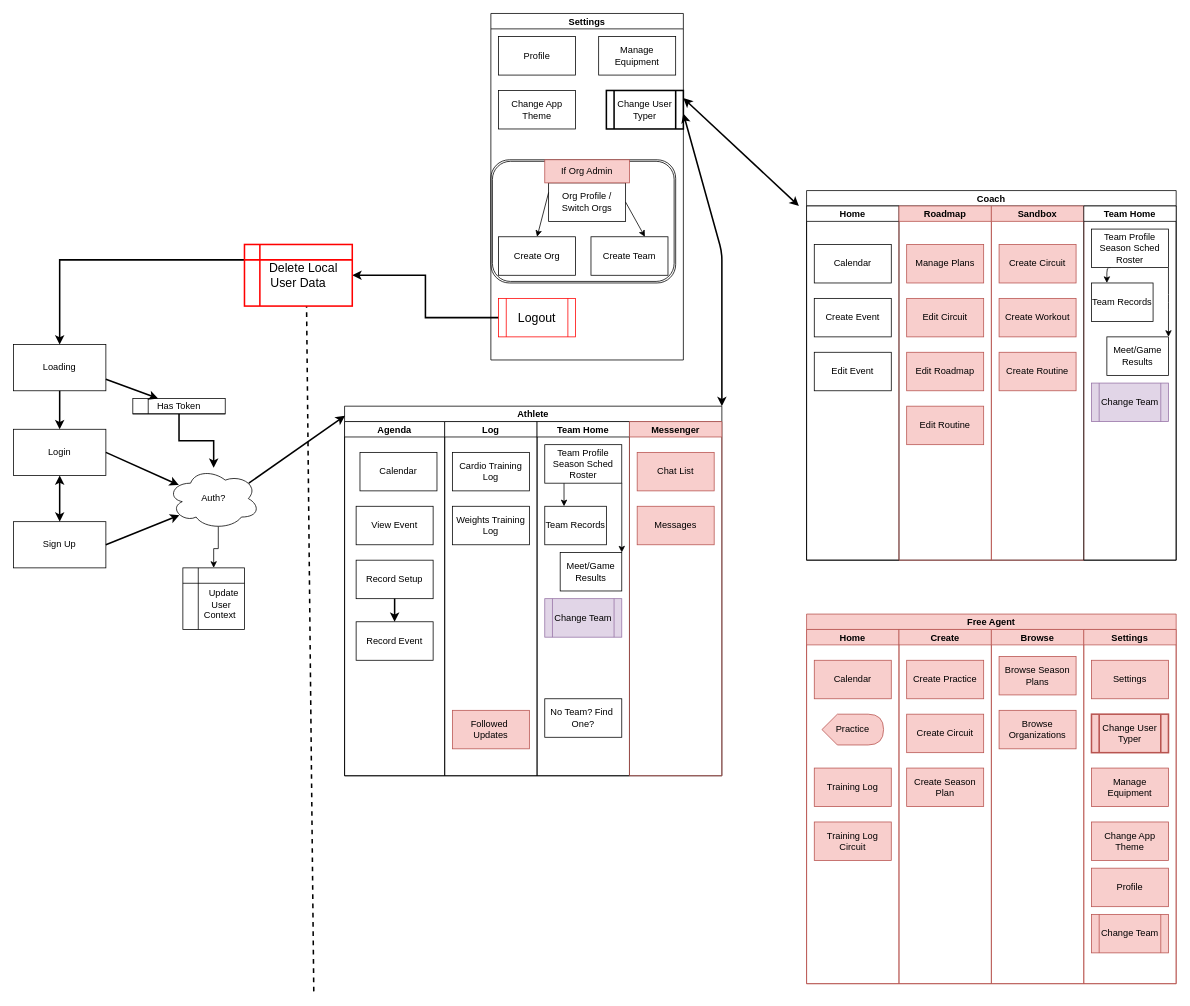
Above: BBSports.drawio in Henkemeyer/BBSports (draw.io), before the change. Source tidied: cells renumbered, new cells numbered last; positions are measured from the earlier drawing's top-left corner, leaving out a move shared by most shapes. Both pictures are drawn from the tidied source at 77%, with x=0, y=0 at pixel (13, 13).
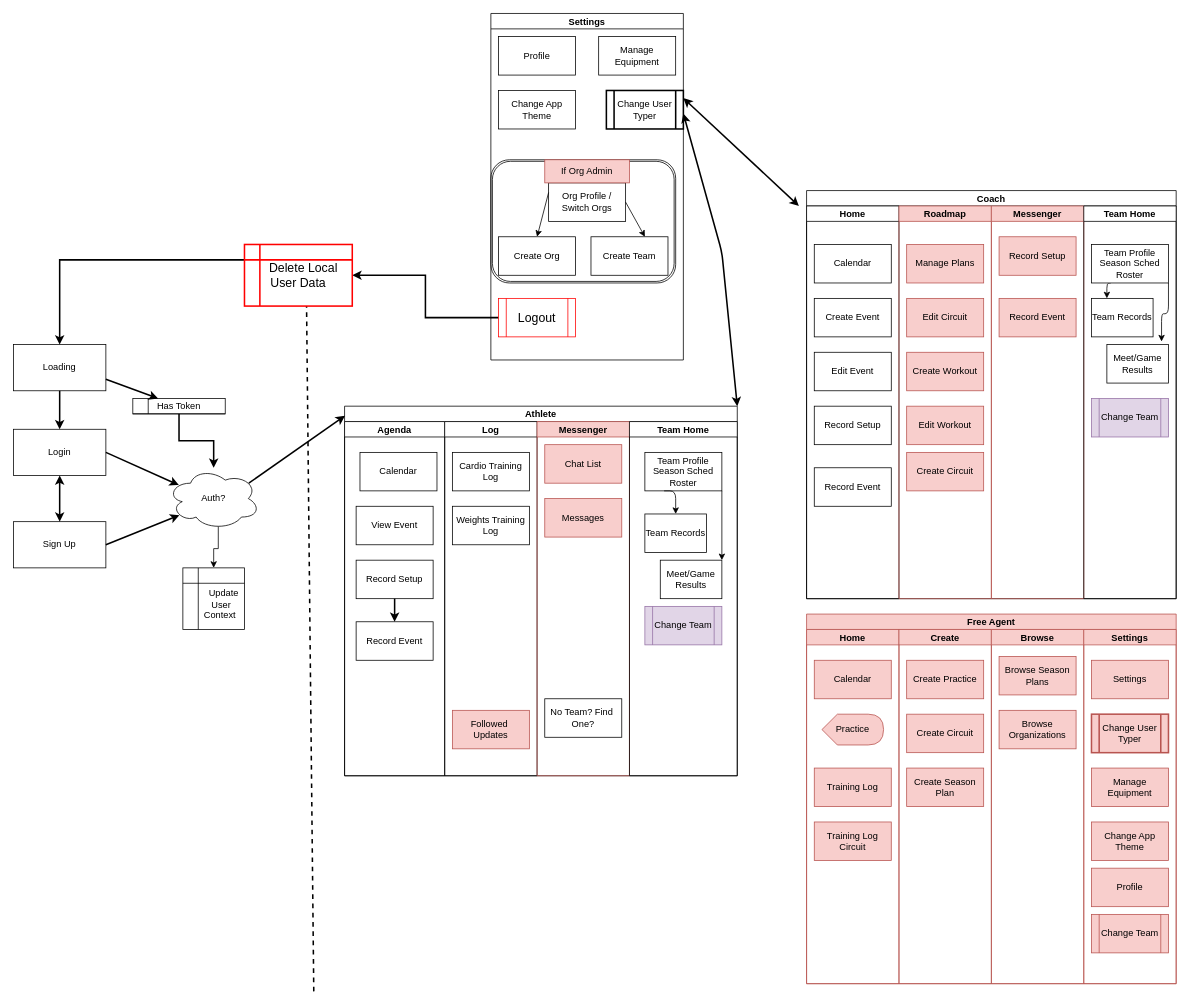
The same diagram, later.

The edit, as a diff of the source:
```diff
@@
     <mxCell id="2" value="Coach" style="swimlane;startSize=20;rounded=0;" parent="1" vertex="1">
-      <mxGeometry x="1030" y="230" width="480" height="480" as="geometry" />
+      <mxGeometry x="1030" y="230" width="480" height="530" as="geometry" />
     </mxCell>
     <mxCell id="3" value="Home" style="swimlane;startSize=20;rounded=0;" parent="2" vertex="1">
-      <mxGeometry y="20" width="120" height="460" as="geometry" />
+      <mxGeometry y="20" width="120" height="510" as="geometry" />
     </mxCell>
@@
+    <mxCell id="98" value="Record Setup" style="rounded=0;whiteSpace=wrap;html=1;" parent="3" vertex="1">
+      <mxGeometry x="10" y="260" width="100" height="50" as="geometry" />
+    </mxCell>
+    <mxCell id="99" value="Record Event" style="rounded=0;whiteSpace=wrap;html=1;fontFamily=Helvetica;fontSize=12;" parent="3" vertex="1">
+      <mxGeometry x="10" y="340" width="100" height="50" as="geometry" />
+    </mxCell>
     <mxCell id="7" value="Roadmap" style="swimlane;startSize=20;rounded=0;fillColor=#f8cecc;strokeColor=#b85450;" parent="2" vertex="1">
-      <mxGeometry x="120" y="20" width="120" height="460" as="geometry" />
+      <mxGeometry x="120" y="20" width="120" height="510" as="geometry" />
     </mxCell>
@@
-    <mxCell id="9" value="Edit Roadmap" style="rounded=0;whiteSpace=wrap;html=1;fillColor=#f8cecc;strokeColor=#b85450;" parent="7" vertex="1">
-      <mxGeometry x="10" y="190" width="100" height="50" as="geometry" />
-    </mxCell>
@@
-    <mxCell id="11" value="Edit Routine" style="rounded=0;whiteSpace=wrap;html=1;fillColor=#f8cecc;strokeColor=#b85450;" parent="7" vertex="1">
+    <mxCell id="11" value="Edit Workout" style="rounded=0;whiteSpace=wrap;html=1;fillColor=#f8cecc;strokeColor=#b85450;" parent="7" vertex="1">
       <mxGeometry x="10" y="260" width="100" height="50" as="geometry" />
     </mxCell>
+    <mxCell id="14" value="Create Workout" style="rounded=0;whiteSpace=wrap;html=1;fillColor=#f8cecc;strokeColor=#b85450;" parent="7" vertex="1">
+      <mxGeometry x="10" y="190" width="100" height="50" as="geometry" />
+    </mxCell>
+    <mxCell id="13" value="Create Circuit" style="rounded=0;whiteSpace=wrap;html=1;fillColor=#f8cecc;strokeColor=#b85450;" parent="7" vertex="1">
+      <mxGeometry x="10" y="320" width="100" height="50" as="geometry" />
+    </mxCell>
-    <mxCell id="12" value="Sandbox" style="swimlane;startSize=20;rounded=0;fillColor=#f8cecc;strokeColor=#b85450;" parent="2" vertex="1">
-      <mxGeometry x="240" y="20" width="120" height="460" as="geometry" />
+    <mxCell id="12" value="Messenger" style="swimlane;startSize=20;rounded=0;fillColor=#f8cecc;strokeColor=#b85450;" parent="2" vertex="1">
+      <mxGeometry x="240" y="20" width="120" height="510" as="geometry" />
     </mxCell>
-    <mxCell id="13" value="Create Circuit" style="rounded=0;whiteSpace=wrap;html=1;fillColor=#f8cecc;strokeColor=#b85450;" parent="12" vertex="1">
-      <mxGeometry x="10" y="50" width="100" height="50" as="geometry" />
-    </mxCell>
-    <mxCell id="14" value="Create Workout" style="rounded=0;whiteSpace=wrap;html=1;fillColor=#f8cecc;strokeColor=#b85450;" parent="12" vertex="1">
-      <mxGeometry x="10" y="120" width="100" height="50" as="geometry" />
-    </mxCell>
-    <mxCell id="15" value="Create Routine" style="rounded=0;whiteSpace=wrap;html=1;fillColor=#f8cecc;strokeColor=#b85450;" parent="12" vertex="1">
-      <mxGeometry x="10" y="190" width="100" height="50" as="geometry" />
-    </mxCell>
+    <mxCell id="100" value="Record Setup" style="rounded=0;whiteSpace=wrap;html=1;fillColor=#f8cecc;strokeColor=#b85450;" parent="12" vertex="1">
+      <mxGeometry x="10" y="40" width="100" height="50" as="geometry" />
+    </mxCell>
+    <mxCell id="101" value="Record Event" style="rounded=0;whiteSpace=wrap;html=1;fontFamily=Helvetica;fontSize=12;fillColor=#f8cecc;strokeColor=#b85450;" parent="12" vertex="1">
+      <mxGeometry x="10" y="120" width="100" height="50" as="geometry" />
+    </mxCell>
     <mxCell id="16" value="Team Home" style="swimlane;startSize=20;rounded=0;" parent="2" vertex="1">
-      <mxGeometry x="360" y="20" width="120" height="460" as="geometry" />
+      <mxGeometry x="360" y="20" width="120" height="510" as="geometry" />
     </mxCell>
     <mxCell id="17" value="Change Team" style="shape=process;whiteSpace=wrap;html=1;backgroundOutline=1;rounded=0;fontFamily=Helvetica;fontSize=12;strokeColor=#9673a6;fillColor=#e1d5e7;" parent="16" vertex="1">
-      <mxGeometry x="10" y="230" width="100" height="50" as="geometry" />
+      <mxGeometry x="10" y="250" width="100" height="50" as="geometry" />
     </mxCell>
-    <mxCell id="18" style="edgeStyle=orthogonalEdgeStyle;jettySize=auto;html=1;exitX=1;exitY=1;exitDx=0;exitDy=0;entryX=1;entryY=0;entryDx=0;entryDy=0;" parent="16" edge="1" source="20">
-      <mxGeometry relative="1" as="geometry">
-        <mxPoint x="110" y="170" as="targetPoint" />
-      </mxGeometry>
+    <mxCell id="18" style="edgeStyle=orthogonalEdgeStyle;jettySize=auto;html=1;exitX=1;exitY=1;exitDx=0;exitDy=0;entryX=0.888;entryY=-0.08;entryDx=0;entryDy=0;entryPerimeter=0;" parent="16" edge="1" source="20" target="22">
+      <mxGeometry relative="1" as="geometry" />
     </mxCell>
@@
     <mxCell id="20" value="Team Profile&lt;br&gt;Season Sched&lt;br&gt;Roster" style="rounded=0;whiteSpace=wrap;html=1;" parent="16" vertex="1">
-      <mxGeometry x="10" y="30" width="100" height="50" as="geometry" />
+      <mxGeometry x="10" y="50" width="100" height="50" as="geometry" />
     </mxCell>
     <mxCell id="21" value="Team Records" style="rounded=0;whiteSpace=wrap;html=1;" parent="16" vertex="1">
-      <mxGeometry x="10" y="100" width="80" height="50" as="geometry" />
+      <mxGeometry x="10" y="120" width="80" height="50" as="geometry" />
     </mxCell>
     <mxCell id="22" value="Meet/Game Results" style="rounded=0;whiteSpace=wrap;html=1;" parent="16" vertex="1">
-      <mxGeometry x="30" y="170" width="80" height="50" as="geometry" />
+      <mxGeometry x="30" y="180" width="80" height="50" as="geometry" />
     </mxCell>
@@
     <mxCell id="43" value="Athlete" style="swimlane;startSize=20;rounded=0;" parent="1" vertex="1">
-      <mxGeometry x="430" y="510" width="490" height="480" as="geometry" />
+      <mxGeometry x="430" y="510" width="510" height="480" as="geometry" />
     </mxCell>
@@
-    <mxCell id="54" value="Team Home" style="swimlane;startSize=20;rounded=0;" parent="43" vertex="1">
+    <mxCell id="54" value="Messenger" style="swimlane;startSize=20;rounded=0;fillColor=#f8cecc;strokeColor=#b85450;" parent="43" vertex="1">
       <mxGeometry x="250" y="20" width="120" height="460" as="geometry" />
     </mxCell>
+    <mxCell id="56" value="No Team? Find&amp;nbsp; One?" style="rounded=0;whiteSpace=wrap;html=1;" parent="54" vertex="1">
+      <mxGeometry x="10" y="360" width="100" height="50" as="geometry" />
+    </mxCell>
+    <mxCell id="64" value="Messages" style="rounded=0;whiteSpace=wrap;html=1;fillColor=#f8cecc;strokeColor=#b85450;" parent="54" vertex="1">
+      <mxGeometry x="10" y="100" width="100" height="50" as="geometry" />
+    </mxCell>
+    <mxCell id="63" value="Chat List" style="rounded=0;whiteSpace=wrap;html=1;fillColor=#f8cecc;strokeColor=#b85450;" parent="54" vertex="1">
+      <mxGeometry x="10" y="30" width="100" height="50" as="geometry" />
+    </mxCell>
+    <mxCell id="62" value="Team Home" style="swimlane;startSize=20;rounded=0;" parent="43" vertex="1">
+      <mxGeometry x="370" y="20" width="140" height="460" as="geometry" />
+    </mxCell>
+    <mxCell id="61" value="Change Team" style="shape=process;whiteSpace=wrap;html=1;backgroundOutline=1;rounded=0;fontFamily=Helvetica;fontSize=12;fillColor=#e1d5e7;strokeColor=#9673a6;" parent="62" vertex="1">
+      <mxGeometry x="20" y="240" width="100" height="50" as="geometry" />
+    </mxCell>
+    <mxCell id="60" value="Meet/Game Results" style="rounded=0;whiteSpace=wrap;html=1;" parent="62" vertex="1">
+      <mxGeometry x="40" y="180" width="80" height="50" as="geometry" />
+    </mxCell>
-    <mxCell id="55" value="Team Records" style="rounded=0;whiteSpace=wrap;html=1;" parent="54" vertex="1">
-      <mxGeometry x="10" y="110" width="80" height="50" as="geometry" />
+    <mxCell id="55" value="Team Records" style="rounded=0;whiteSpace=wrap;html=1;" parent="62" vertex="1">
+      <mxGeometry x="20" y="120" width="80" height="50" as="geometry" />
     </mxCell>
-    <mxCell id="56" value="No Team? Find&amp;nbsp; One?" style="rounded=0;whiteSpace=wrap;html=1;" parent="54" vertex="1">
-      <mxGeometry x="10" y="360" width="100" height="50" as="geometry" />
-    </mxCell>
+    <mxCell id="59" value="Team Profile&lt;br&gt;Season Sched&lt;br&gt;Roster" style="rounded=0;whiteSpace=wrap;html=1;" parent="62" vertex="1">
+      <mxGeometry x="20" y="40" width="100" height="50" as="geometry" />
+    </mxCell>
+    <mxCell id="58" style="edgeStyle=orthogonalEdgeStyle;jettySize=auto;html=1;exitX=1;exitY=1;exitDx=0;exitDy=0;entryX=1;entryY=0;entryDx=0;entryDy=0;" parent="62" edge="1" source="59" target="60">
+      <mxGeometry relative="1" as="geometry" />
+    </mxCell>
-    <mxCell id="57" style="edgeStyle=orthogonalEdgeStyle;jettySize=auto;html=1;exitX=0.25;exitY=1;exitDx=0;exitDy=0;" parent="54" edge="1" source="59">
-      <mxGeometry relative="1" as="geometry">
-        <mxPoint x="35" y="110" as="targetPoint" />
-      </mxGeometry>
+    <mxCell id="57" style="edgeStyle=orthogonalEdgeStyle;jettySize=auto;html=1;exitX=0.25;exitY=1;exitDx=0;exitDy=0;entryX=0.5;entryY=0;entryDx=0;entryDy=0;" parent="62" edge="1" source="59" target="55">
+      <mxGeometry relative="1" as="geometry" />
     </mxCell>
-    <mxCell id="58" style="edgeStyle=orthogonalEdgeStyle;jettySize=auto;html=1;exitX=1;exitY=1;exitDx=0;exitDy=0;entryX=1;entryY=0;entryDx=0;entryDy=0;" parent="54" edge="1" source="59" target="60">
-      <mxGeometry relative="1" as="geometry" />
-    </mxCell>
-    <mxCell id="59" value="Team Profile&lt;br&gt;Season Sched&lt;br&gt;Roster" style="rounded=0;whiteSpace=wrap;html=1;" parent="54" vertex="1">
-      <mxGeometry x="10" y="30" width="100" height="50" as="geometry" />
-    </mxCell>
-    <mxCell id="60" value="Meet/Game Results" style="rounded=0;whiteSpace=wrap;html=1;" parent="54" vertex="1">
-      <mxGeometry x="30" y="170" width="80" height="50" as="geometry" />
-    </mxCell>
-    <mxCell id="61" value="Change Team" style="shape=process;whiteSpace=wrap;html=1;backgroundOutline=1;rounded=0;fontFamily=Helvetica;fontSize=12;fillColor=#e1d5e7;strokeColor=#9673a6;" parent="54" vertex="1">
-      <mxGeometry x="10" y="230" width="100" height="50" as="geometry" />
-    </mxCell>
-    <mxCell id="62" value="Messenger" style="swimlane;startSize=20;rounded=0;fillColor=#f8cecc;strokeColor=#b85450;" parent="43" vertex="1">
-      <mxGeometry x="370" y="20" width="120" height="460" as="geometry" />
-    </mxCell>
-    <mxCell id="63" value="Chat List" style="rounded=0;whiteSpace=wrap;html=1;fillColor=#f8cecc;strokeColor=#b85450;" parent="62" vertex="1">
-      <mxGeometry x="10" y="40" width="100" height="50" as="geometry" />
-    </mxCell>
-    <mxCell id="64" value="Messages" style="rounded=0;whiteSpace=wrap;html=1;fillColor=#f8cecc;strokeColor=#b85450;" parent="62" vertex="1">
-      <mxGeometry x="10" y="110" width="100" height="50" as="geometry" />
-    </mxCell>
```
